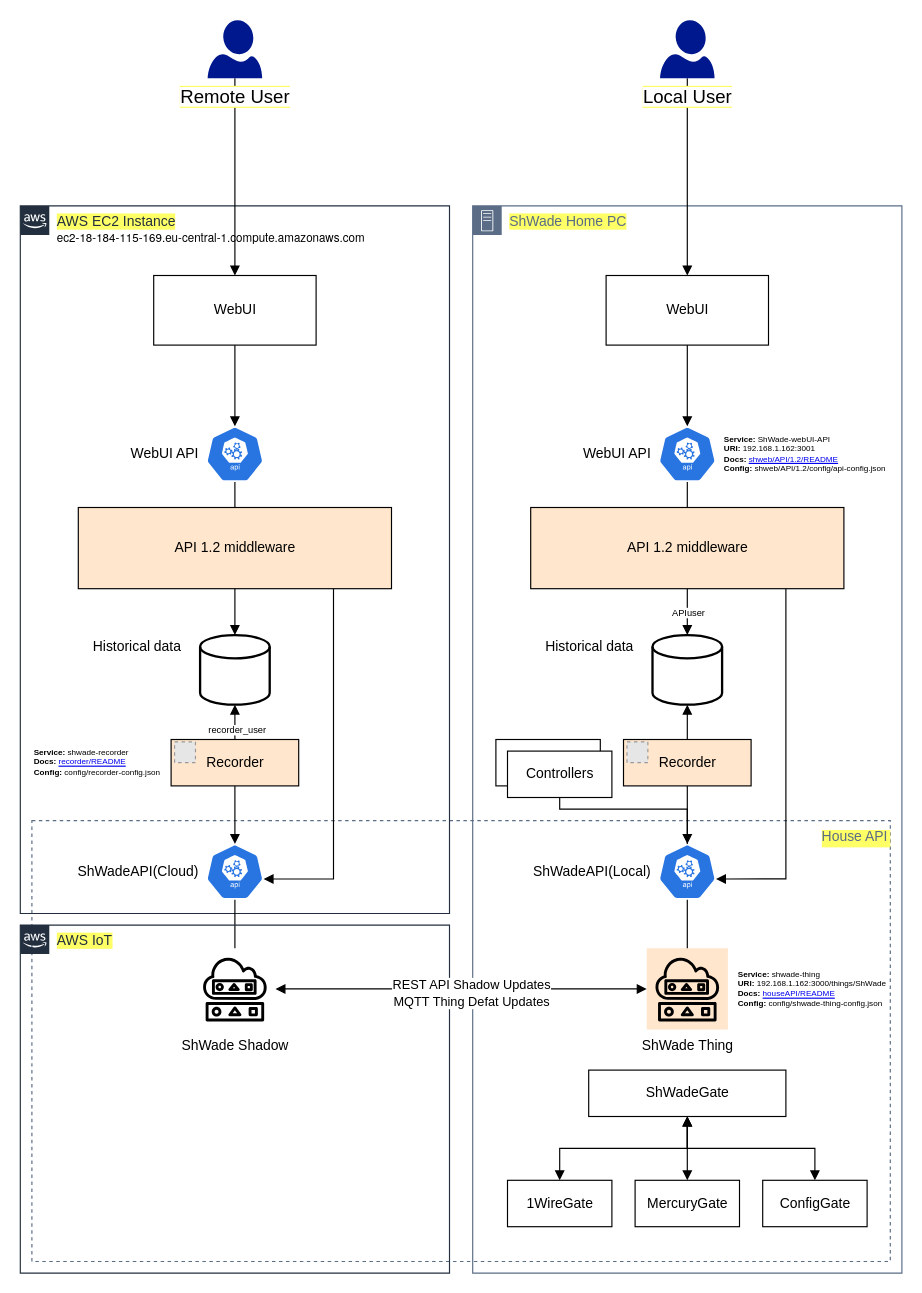
Above: doc/ShWade architecture.drawio in Shden/Shden (draw.io), before the change. Source tidied: cells renumbered, new cells numbered last; positions are measured from the earlier drawing's top-left corner, leaving out a move shared by most shapes. Both pictures are drawn from the tidied source at 116%, with x=0, y=0 at pixel (20, 20). Pictures stored in the file or linked from it are replaced by grey dashed boxes.
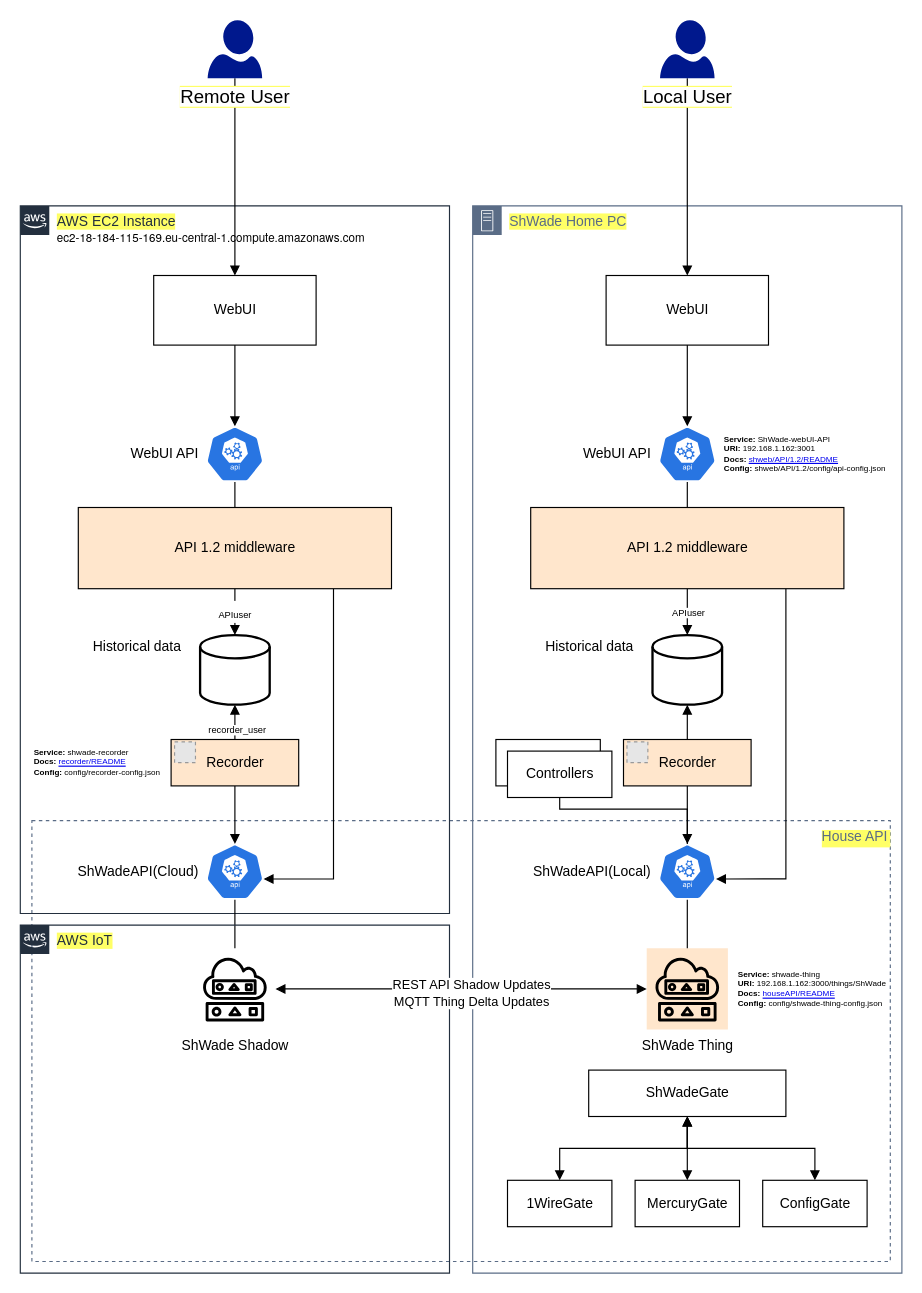
The same diagram, later.

Commit message:
APIuser @ AWS

The change refers to these unchanged cells:
```xml
<mxCell id="47" style="strokeWidth=2;html=1;shape=mxgraph.flowchart.database;whiteSpace=wrap;labelBackgroundColor=#FFFF66;fontSize=16;align=right;" parent="1" vertex="1">
  <mxGeometry x="155" y="530" width="60" height="60" as="geometry" />
</mxCell>
<mxCell id="53" value="API 1.2 middleware" style="html=1;align=center;fillColor=#FFE6CC;" parent="1" vertex="1">
  <mxGeometry x="50" y="420" width="270" height="70" as="geometry" />
</mxCell>
<mxCell id="62" style="edgeStyle=orthogonalEdgeStyle;rounded=0;jettySize=auto;html=1;startArrow=block;startFill=1;endArrow=block;endFill=1;verticalAlign=bottom;" parent="1" edge="1" source="5" target="6">
  <mxGeometry relative="1" as="geometry" />
</mxCell>
```

Change to the diagram source:
```diff
@@
-    <mxCell id="51" style="edgeStyle=orthogonalEdgeStyle;rounded=0;jettySize=auto;html=1;exitX=0.5;exitY=1;exitDx=0;exitDy=0;startArrow=none;startFill=0;endArrow=block;endFill=1;fontSize=16;" parent="1" edge="1" source="53" target="47">
+    <mxCell id="51" value="&lt;font style=&quot;font-size: 8px&quot;&gt;APIuser&lt;/font&gt;" style="edgeStyle=orthogonalEdgeStyle;rounded=0;jettySize=auto;html=1;exitX=0.5;exitY=1;exitDx=0;exitDy=0;startArrow=none;startFill=0;endArrow=block;endFill=1;fontSize=16;" parent="1" edge="1" source="53" target="47">
       <mxGeometry relative="1" as="geometry" />
     </mxCell>
@@
-    <mxCell id="63" value="REST API Shadow Updates&lt;br&gt;MQTT Thing Defat Updates" style="edgeLabel;html=1;align=center;verticalAlign=middle;labelBackgroundColor=#FFFFFF;spacingTop=0;spacing=0;spacingLeft=0;" parent="62" vertex="1">
+    <mxCell id="63" value="REST API Shadow Updates&lt;br&gt;MQTT Thing Delta Updates" style="edgeLabel;html=1;align=center;verticalAlign=middle;labelBackgroundColor=#FFFFFF;spacingTop=0;spacing=0;spacingLeft=0;" parent="62" vertex="1">
       <mxGeometry x="0.05" y="-3" relative="1" as="geometry" />
     </mxCell>
```
